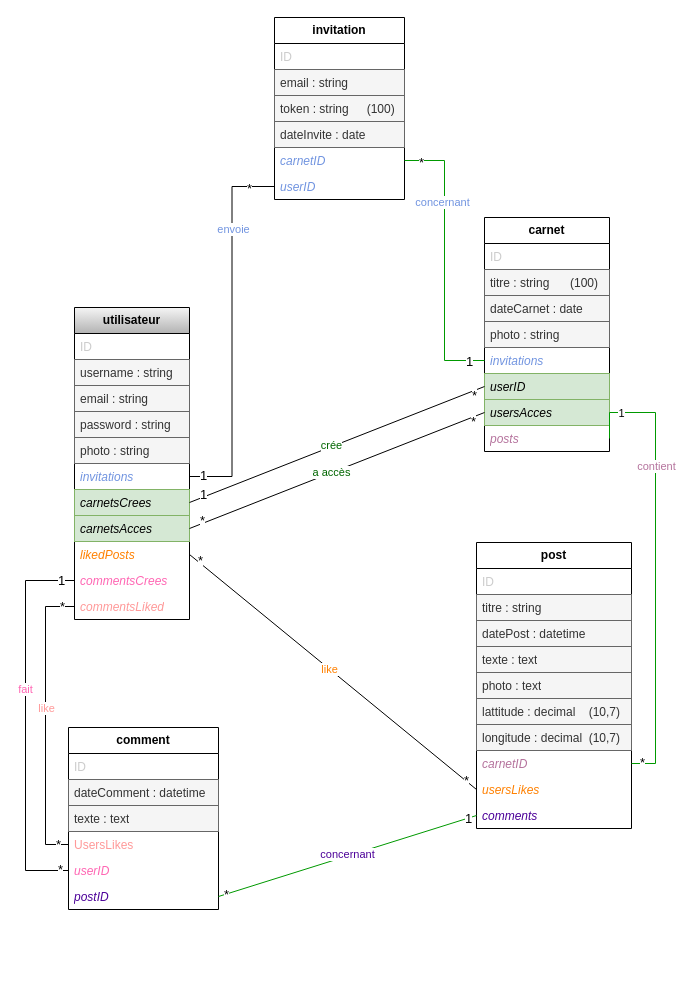
Above: doc-projet-symfony/Diagr_CarnetVoyage3.drawio in Lcdz85/ProjetFinal-Laura (draw.io), before the change. Source tidied: cells renumbered, new cells numbered last; positions are measured from the earlier drawing's top-left corner, leaving out a move shared by most shapes. Both pictures are drawn from the tidied source at 100%, with x=0, y=0 at pixel (25, 17).
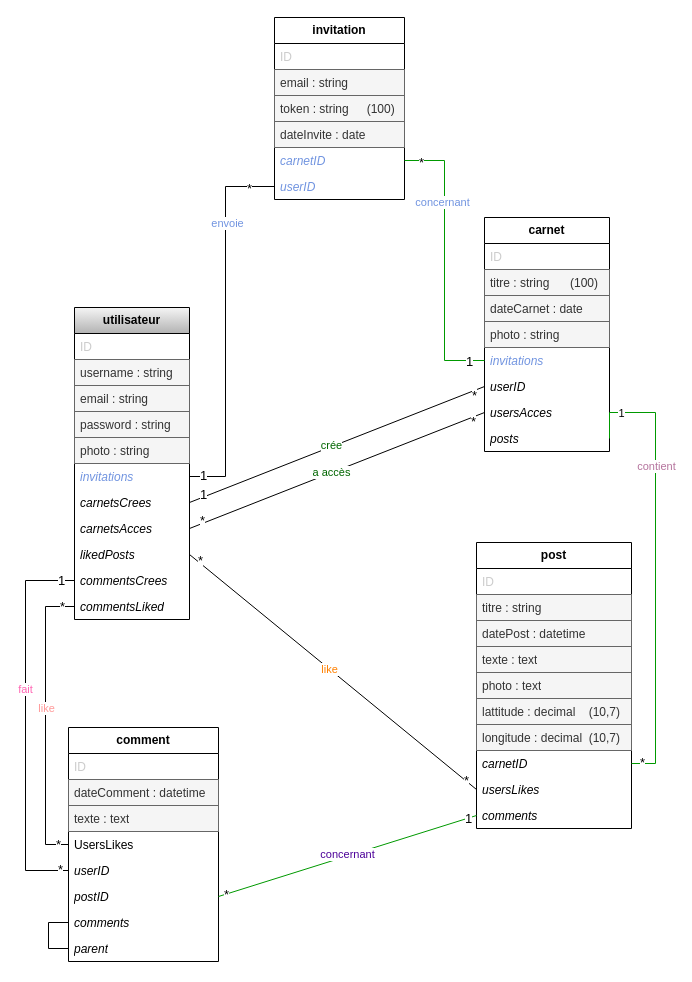
After the change.

The change refers to these unchanged cells:
```xml
<mxCell id="2" value="&lt;b&gt;utilisateur&lt;/b&gt;" style="swimlane;fontStyle=0;horizontal=1;startSize=26;whiteSpace=wrap;html=1;fillColor=#f5f5f5;strokeColor=#000000;gradientColor=#b3b3b3;" parent="1" vertex="1">
  <mxGeometry x="49" y="290" width="115" height="312" as="geometry" />
</mxCell>
<mxCell id="8" value="&lt;font color=&quot;#7194e0&quot;&gt;&lt;i&gt;invitations&lt;/i&gt;&lt;/font&gt;" style="text;strokeColor=none;fillColor=none;align=left;verticalAlign=top;spacingLeft=4;spacingRight=4;overflow=hidden;points=[[0,0.5],[1,0.5]];portConstraint=eastwest;whiteSpace=wrap;html=1;fontColor=#006600;" parent="2" vertex="1">
  <mxGeometry y="156" width="115" height="26" as="geometry" />
</mxCell>
<mxCell id="14" value="&lt;b&gt;carnet&lt;/b&gt;" style="swimlane;fontStyle=0;horizontal=1;startSize=26;fillColor=none;whiteSpace=wrap;html=1;" parent="1" vertex="1">
  <mxGeometry x="459" y="200" width="125" height="234" as="geometry" />
</mxCell>
<mxCell id="31" value="&lt;b&gt;post&lt;/b&gt;" style="swimlane;fontStyle=0;horizontal=1;startSize=26;fillColor=none;whiteSpace=wrap;html=1;" parent="1" vertex="1">
  <mxGeometry x="451" y="525" width="155" height="286" as="geometry" />
</mxCell>
<mxCell id="71" value="&lt;i&gt;userID&lt;/i&gt;" style="text;strokeColor=none;fillColor=none;align=left;verticalAlign=top;spacingLeft=4;spacingRight=4;overflow=hidden;points=[[0,0.5],[1,0.5]];portConstraint=eastwest;whiteSpace=wrap;html=1;fontColor=#7194E0;" parent="65" vertex="1">
  <mxGeometry y="156" width="130" height="26" as="geometry" />
</mxCell>
```

What changed in the source:
```diff
@@
-    <mxCell id="9" value="&lt;font&gt;&lt;i&gt;carnetsCrees&lt;/i&gt;&lt;/font&gt;" style="text;strokeColor=#82b366;fillColor=#d5e8d4;align=left;verticalAlign=top;spacingLeft=4;spacingRight=4;overflow=hidden;points=[[0,0.5],[1,0.5]];portConstraint=eastwest;whiteSpace=wrap;html=1;" parent="2" vertex="1">
+    <mxCell id="9" value="&lt;font&gt;&lt;i&gt;carnetsCrees&lt;/i&gt;&lt;/font&gt;" style="text;align=left;verticalAlign=top;spacingLeft=4;spacingRight=4;overflow=hidden;points=[[0,0.5],[1,0.5]];portConstraint=eastwest;whiteSpace=wrap;html=1;" parent="2" vertex="1">
       <mxGeometry y="182" width="115" height="26" as="geometry" />
     </mxCell>
-    <mxCell id="10" value="&lt;font&gt;&lt;i&gt;carnetsAcces&lt;/i&gt;&lt;/font&gt;" style="text;strokeColor=#82b366;fillColor=#d5e8d4;align=left;verticalAlign=top;spacingLeft=4;spacingRight=4;overflow=hidden;points=[[0,0.5],[1,0.5]];portConstraint=eastwest;whiteSpace=wrap;html=1;" parent="2" vertex="1">
+    <mxCell id="10" value="&lt;font&gt;&lt;i&gt;carnetsAcces&lt;/i&gt;&lt;/font&gt;" style="text;align=left;verticalAlign=top;spacingLeft=4;spacingRight=4;overflow=hidden;points=[[0,0.5],[1,0.5]];portConstraint=eastwest;whiteSpace=wrap;html=1;" parent="2" vertex="1">
       <mxGeometry y="208" width="115" height="26" as="geometry" />
     </mxCell>
-    <mxCell id="11" value="&lt;font&gt;&lt;i&gt;likedPosts&lt;/i&gt;&lt;/font&gt;" style="text;strokeColor=none;fillColor=none;align=left;verticalAlign=top;spacingLeft=4;spacingRight=4;overflow=hidden;points=[[0,0.5],[1,0.5]];portConstraint=eastwest;whiteSpace=wrap;html=1;fontColor=#FF8000;" parent="2" vertex="1">
+    <mxCell id="11" value="&lt;font&gt;&lt;i&gt;likedPosts&lt;/i&gt;&lt;/font&gt;" style="text;align=left;verticalAlign=top;spacingLeft=4;spacingRight=4;overflow=hidden;points=[[0,0.5],[1,0.5]];portConstraint=eastwest;whiteSpace=wrap;html=1;" parent="2" vertex="1">
       <mxGeometry y="234" width="115" height="26" as="geometry" />
     </mxCell>
-    <mxCell id="12" value="&lt;font&gt;&lt;i&gt;commentsCrees&lt;/i&gt;&lt;/font&gt;" style="text;strokeColor=none;fillColor=none;align=left;verticalAlign=top;spacingLeft=4;spacingRight=4;overflow=hidden;points=[[0,0.5],[1,0.5]];portConstraint=eastwest;whiteSpace=wrap;html=1;fontColor=light-dark(#FF66B3,#EDEDED);" parent="2" vertex="1">
+    <mxCell id="12" value="&lt;font&gt;&lt;i&gt;commentsCrees&lt;/i&gt;&lt;/font&gt;" style="text;align=left;verticalAlign=top;spacingLeft=4;spacingRight=4;overflow=hidden;points=[[0,0.5],[1,0.5]];portConstraint=eastwest;whiteSpace=wrap;html=1;" parent="2" vertex="1">
       <mxGeometry y="260" width="115" height="26" as="geometry" />
     </mxCell>
-    <mxCell id="13" value="&lt;font&gt;&lt;i&gt;commentsLiked&lt;/i&gt;&lt;/font&gt;" style="text;strokeColor=none;fillColor=none;align=left;verticalAlign=top;spacingLeft=4;spacingRight=4;overflow=hidden;points=[[0,0.5],[1,0.5]];portConstraint=eastwest;whiteSpace=wrap;html=1;fontColor=#FF9999;" parent="2" vertex="1">
+    <mxCell id="13" value="&lt;font&gt;&lt;i&gt;commentsLiked&lt;/i&gt;&lt;/font&gt;" style="text;align=left;verticalAlign=top;spacingLeft=4;spacingRight=4;overflow=hidden;points=[[0,0.5],[1,0.5]];portConstraint=eastwest;whiteSpace=wrap;html=1;" parent="2" vertex="1">
       <mxGeometry y="286" width="115" height="26" as="geometry" />
     </mxCell>
@@
-    <mxCell id="20" value="&lt;i&gt;userID&lt;/i&gt;" style="text;strokeColor=#82b366;fillColor=#d5e8d4;align=left;verticalAlign=top;spacingLeft=4;spacingRight=4;overflow=hidden;points=[[0,0.5],[1,0.5]];portConstraint=eastwest;whiteSpace=wrap;html=1;" parent="14" vertex="1">
+    <mxCell id="20" value="&lt;i&gt;userID&lt;/i&gt;" style="text;align=left;verticalAlign=top;spacingLeft=4;spacingRight=4;overflow=hidden;points=[[0,0.5],[1,0.5]];portConstraint=eastwest;whiteSpace=wrap;html=1;" parent="14" vertex="1">
       <mxGeometry y="156" width="125" height="26" as="geometry" />
     </mxCell>
-    <mxCell id="21" value="&lt;i&gt;usersAcces&lt;/i&gt;" style="text;strokeColor=#82b366;fillColor=#d5e8d4;align=left;verticalAlign=top;spacingLeft=4;spacingRight=4;overflow=hidden;points=[[0,0.5],[1,0.5]];portConstraint=eastwest;whiteSpace=wrap;html=1;" parent="14" vertex="1">
+    <mxCell id="21" value="&lt;i&gt;usersAcces&lt;/i&gt;" style="text;align=left;verticalAlign=top;spacingLeft=4;spacingRight=4;overflow=hidden;points=[[0,0.5],[1,0.5]];portConstraint=eastwest;whiteSpace=wrap;html=1;" parent="14" vertex="1">
       <mxGeometry y="182" width="125" height="26" as="geometry" />
     </mxCell>
-    <mxCell id="22" value="&lt;i&gt;posts&lt;/i&gt;" style="text;strokeColor=none;fillColor=none;align=left;verticalAlign=top;spacingLeft=4;spacingRight=4;overflow=hidden;points=[[0,0.5],[1,0.5]];portConstraint=eastwest;whiteSpace=wrap;html=1;fontColor=light-dark(#B5739D,#EDEDED);" parent="14" vertex="1">
+    <mxCell id="22" value="&lt;i&gt;posts&lt;/i&gt;" style="text;align=left;verticalAlign=top;spacingLeft=4;spacingRight=4;overflow=hidden;points=[[0,0.5],[1,0.5]];portConstraint=eastwest;whiteSpace=wrap;html=1;" parent="14" vertex="1">
       <mxGeometry y="208" width="125" height="26" as="geometry" />
     </mxCell>
@@
-    <mxCell id="39" value="&lt;i&gt;carnetID&lt;/i&gt;" style="text;strokeColor=none;fillColor=none;align=left;verticalAlign=top;spacingLeft=4;spacingRight=4;overflow=hidden;points=[[0,0.5],[1,0.5]];portConstraint=eastwest;whiteSpace=wrap;html=1;fontColor=light-dark(#B5739D,#EDEDED);" parent="31" vertex="1">
+    <mxCell id="39" value="&lt;i&gt;carnetID&lt;/i&gt;" style="text;align=left;verticalAlign=top;spacingLeft=4;spacingRight=4;overflow=hidden;points=[[0,0.5],[1,0.5]];portConstraint=eastwest;whiteSpace=wrap;html=1;" parent="31" vertex="1">
       <mxGeometry y="208" width="155" height="26" as="geometry" />
     </mxCell>
-    <mxCell id="40" value="&lt;i&gt;usersLikes&lt;/i&gt;" style="text;strokeColor=none;fillColor=none;align=left;verticalAlign=top;spacingLeft=4;spacingRight=4;overflow=hidden;points=[[0,0.5],[1,0.5]];portConstraint=eastwest;whiteSpace=wrap;html=1;fontColor=#FF8000;" parent="31" vertex="1">
+    <mxCell id="40" value="&lt;i&gt;usersLikes&lt;/i&gt;" style="text;align=left;verticalAlign=top;spacingLeft=4;spacingRight=4;overflow=hidden;points=[[0,0.5],[1,0.5]];portConstraint=eastwest;whiteSpace=wrap;html=1;" parent="31" vertex="1">
       <mxGeometry y="234" width="155" height="26" as="geometry" />
     </mxCell>
-    <mxCell id="41" value="&lt;i&gt;comments&lt;/i&gt;" style="text;strokeColor=none;fillColor=none;align=left;verticalAlign=top;spacingLeft=4;spacingRight=4;overflow=hidden;points=[[0,0.5],[1,0.5]];portConstraint=eastwest;whiteSpace=wrap;html=1;fontColor=light-dark(#4C0099,#EDEDED);" parent="31" vertex="1">
+    <mxCell id="41" value="&lt;i&gt;comments&lt;/i&gt;" style="text;align=left;verticalAlign=top;spacingLeft=4;spacingRight=4;overflow=hidden;points=[[0,0.5],[1,0.5]];portConstraint=eastwest;whiteSpace=wrap;html=1;" parent="31" vertex="1">
       <mxGeometry y="260" width="155" height="26" as="geometry" />
     </mxCell>
@@
     <mxCell id="46" value="&lt;b&gt;comment&lt;/b&gt;" style="swimlane;fontStyle=0;horizontal=1;startSize=26;fillColor=none;whiteSpace=wrap;html=1;" parent="1" vertex="1">
-      <mxGeometry x="43" y="710" width="150" height="182" as="geometry" />
+      <mxGeometry x="43" y="710" width="150" height="234" as="geometry" />
     </mxCell>
@@
-    <mxCell id="50" value="&lt;div&gt;UsersLikes&lt;/div&gt;" style="text;strokeColor=none;fillColor=none;align=left;verticalAlign=top;spacingLeft=4;spacingRight=4;overflow=hidden;points=[[0,0.5],[1,0.5]];portConstraint=eastwest;whiteSpace=wrap;html=1;fontColor=#FF9999;" parent="46" vertex="1">
+    <mxCell id="50" value="&lt;div&gt;UsersLikes&lt;/div&gt;" style="text;align=left;verticalAlign=top;spacingLeft=4;spacingRight=4;overflow=hidden;points=[[0,0.5],[1,0.5]];portConstraint=eastwest;whiteSpace=wrap;html=1;" parent="46" vertex="1">
       <mxGeometry y="104" width="150" height="26" as="geometry" />
     </mxCell>
-    <mxCell id="51" value="&lt;i&gt;userID&lt;/i&gt;" style="text;strokeColor=none;fillColor=none;align=left;verticalAlign=top;spacingLeft=4;spacingRight=4;overflow=hidden;points=[[0,0.5],[1,0.5]];portConstraint=eastwest;whiteSpace=wrap;html=1;fontColor=light-dark(#FF66B3,#EDEDED);" parent="46" vertex="1">
+    <mxCell id="51" value="&lt;i&gt;userID&lt;/i&gt;" style="text;align=left;verticalAlign=top;spacingLeft=4;spacingRight=4;overflow=hidden;points=[[0,0.5],[1,0.5]];portConstraint=eastwest;whiteSpace=wrap;html=1;" parent="46" vertex="1">
       <mxGeometry y="130" width="150" height="26" as="geometry" />
     </mxCell>
-    <mxCell id="52" value="&lt;i&gt;postID&lt;/i&gt;" style="text;strokeColor=none;fillColor=none;align=left;verticalAlign=top;spacingLeft=4;spacingRight=4;overflow=hidden;points=[[0,0.5],[1,0.5]];portConstraint=eastwest;whiteSpace=wrap;html=1;fontColor=light-dark(#4C0099,#EDEDED);" parent="46" vertex="1">
+    <mxCell id="52" value="&lt;i&gt;postID&lt;/i&gt;" style="text;align=left;verticalAlign=top;spacingLeft=4;spacingRight=4;overflow=hidden;points=[[0,0.5],[1,0.5]];portConstraint=eastwest;whiteSpace=wrap;html=1;" parent="46" vertex="1">
       <mxGeometry y="156" width="150" height="26" as="geometry" />
     </mxCell>
+    <mxCell id="84" value="&lt;i&gt;comments&lt;/i&gt;" style="text;align=left;verticalAlign=top;spacingLeft=4;spacingRight=4;overflow=hidden;points=[[0,0.5],[1,0.5]];portConstraint=eastwest;whiteSpace=wrap;html=1;" parent="46" vertex="1">
+      <mxGeometry y="182" width="150" height="26" as="geometry" />
+    </mxCell>
+    <mxCell id="85" style="edgeStyle=orthogonalEdgeStyle;rounded=0;jettySize=auto;html=1;entryX=0;entryY=0.5;entryDx=0;entryDy=0;endArrow=none;startFill=0;" parent="46" edge="1" source="86" target="84">
+      <mxGeometry relative="1" as="geometry" />
+    </mxCell>
+    <mxCell id="86" value="&lt;i&gt;parent&lt;/i&gt;" style="text;align=left;verticalAlign=top;spacingLeft=4;spacingRight=4;overflow=hidden;points=[[0,0.5],[1,0.5]];portConstraint=eastwest;whiteSpace=wrap;html=1;" parent="46" vertex="1">
+      <mxGeometry y="208" width="150" height="26" as="geometry" />
+    </mxCell>
@@
-    <mxCell id="76" style="endArrow=none;endFill=0;endSize=12;html=1;rounded=0;exitX=1;exitY=0.5;exitDx=0;exitDy=0;entryX=0;entryY=0.5;entryDx=0;entryDy=0;strokeColor=#000000;edgeStyle=orthogonalEdgeStyle;" parent="1" edge="1" source="8" target="71">
-      <mxGeometry relative="1" as="geometry" />
+    <mxCell id="76" style="endArrow=none;endFill=0;endSize=12;html=1;rounded=0;exitX=1;exitY=0.5;exitDx=0;exitDy=0;entryX=0;entryY=0.5;entryDx=0;entryDy=0;edgeStyle=orthogonalEdgeStyle;" parent="1" edge="1" source="8" target="71">
+      <mxGeometry relative="1" as="geometry">
+        <Array as="points">
+          <mxPoint x="200" y="459" />
+          <mxPoint x="200" y="169" />
+        </Array>
+      </mxGeometry>
     </mxCell>
```
